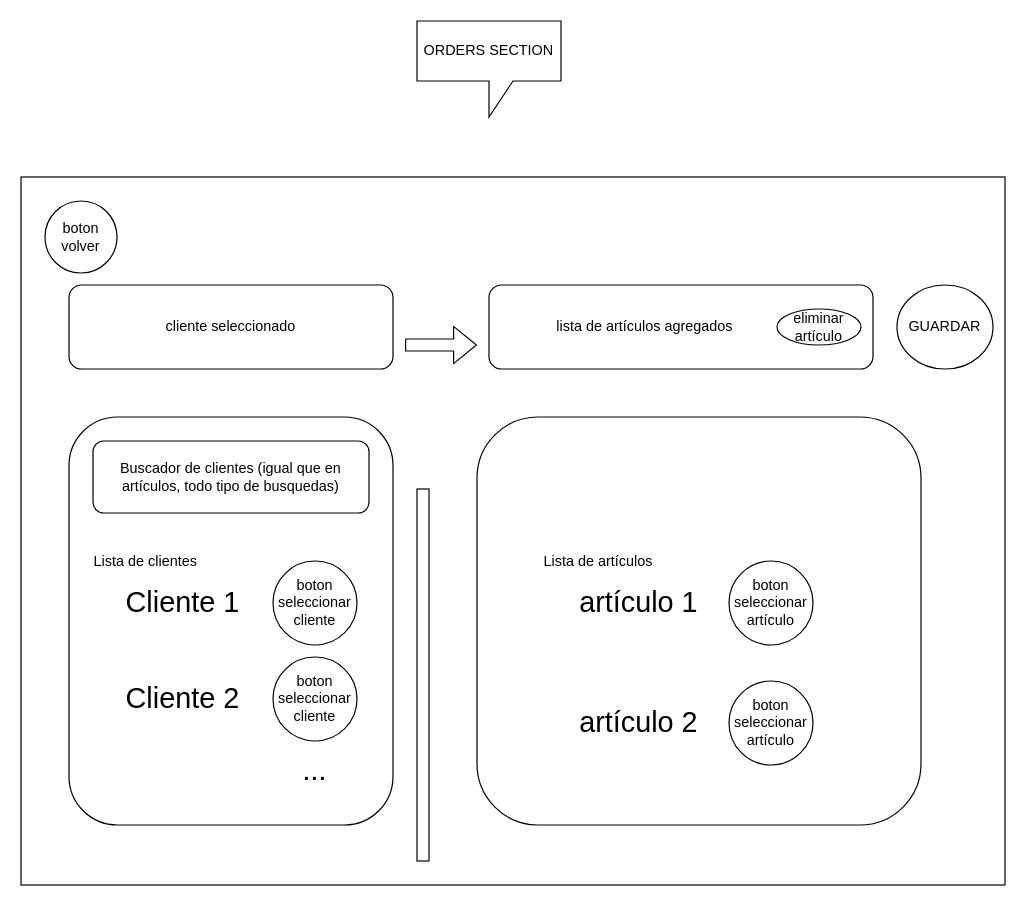
Above: DOCUMENTATION/Diagrams/diagram_customers.drawio in DarthKenar/ElCanarioRegionales (draw.io), before the change. Source tidied: cells renumbered, new cells numbered last; positions are measured from the earlier drawing's top-left corner, leaving out a move shared by most shapes. Both pictures are drawn from the tidied source at 120%, with x=0, y=0 at pixel (20, 20).
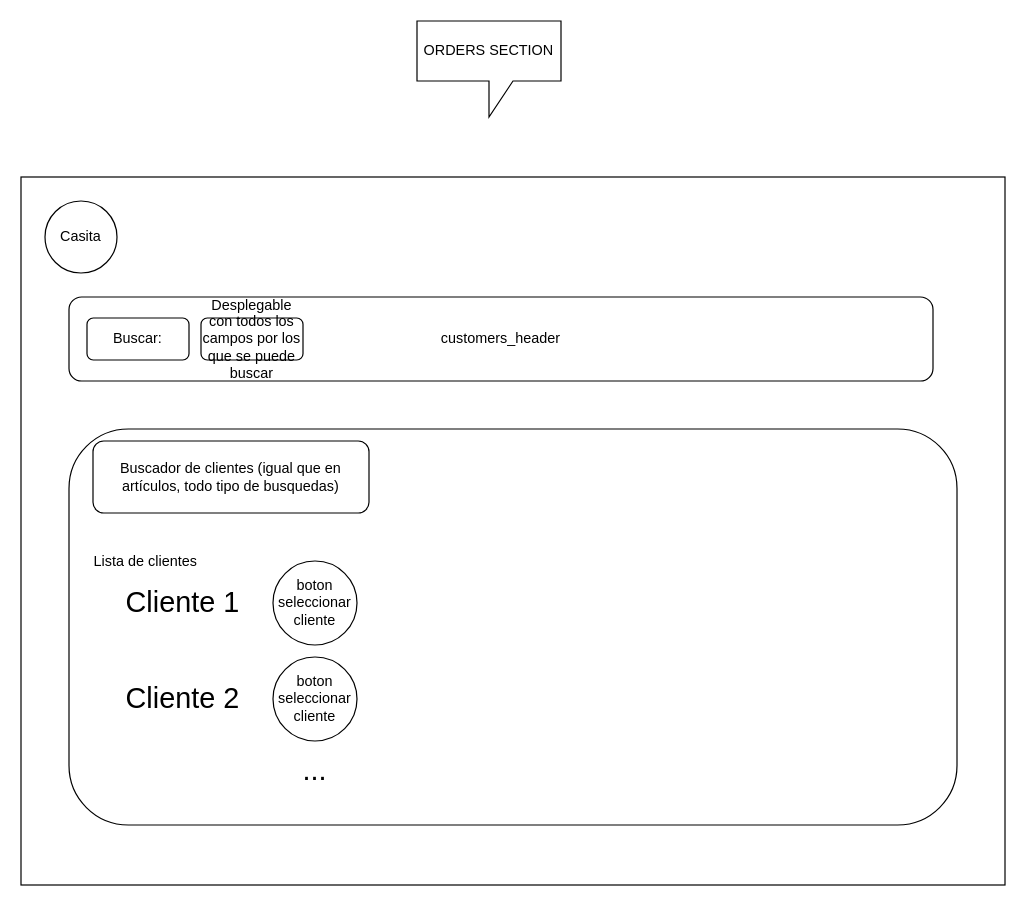
The same diagram, later.

Commit message (it also covers changes not shown here):
📖 DOC: Added and moded diagrams

The edit, as a diff of the source:
```diff
@@
-    <mxCell id="3" value="cliente seleccionado" style="rounded=1;whiteSpace=wrap;html=1;" parent="1" vertex="1">
-      <mxGeometry x="40" y="220" width="270" height="70" as="geometry" />
+    <mxCell id="3" value="customers_header" style="rounded=1;whiteSpace=wrap;html=1;" parent="1" vertex="1">
+      <mxGeometry x="40" y="230" width="720" height="70" as="geometry" />
     </mxCell>
-    <mxCell id="4" style="rounded=0;whiteSpace=wrap;html=1;" parent="1" vertex="1">
-      <mxGeometry x="330" y="390" width="10" height="310" as="geometry" />
-    </mxCell>
-    <mxCell id="5" style="rounded=1;whiteSpace=wrap;html=1;" parent="1" vertex="1">
-      <mxGeometry x="380" y="330" width="370" height="340" as="geometry" />
-    </mxCell>
-    <mxCell id="6" style="rounded=1;whiteSpace=wrap;html=1;" parent="1" vertex="1">
-      <mxGeometry x="390" y="220" width="320" height="70" as="geometry" />
-    </mxCell>
     <mxCell id="7" style="rounded=1;whiteSpace=wrap;html=1;" parent="1" vertex="1">
-      <mxGeometry x="40" y="330" width="270" height="340" as="geometry" />
+      <mxGeometry x="40" y="340" width="740" height="330" as="geometry" />
     </mxCell>
@@
-    <mxCell id="10" style="shape=flexArrow;endArrow=classic;html=1;" parent="1" edge="1">
-      <mxGeometry relative="1" as="geometry">
-        <mxPoint x="320" y="270" as="sourcePoint" />
-        <mxPoint x="380" y="270" as="targetPoint" />
-      </mxGeometry>
-    </mxCell>
-    <mxCell id="11" value="boton volver" style="ellipse;whiteSpace=wrap;html=1;" parent="1" vertex="1">
+    <mxCell id="11" value="Casita" style="ellipse;whiteSpace=wrap;html=1;" parent="1" vertex="1">
       <mxGeometry x="20" y="150" width="60" height="60" as="geometry" />
     </mxCell>
@@
-    <mxCell id="18" value="eliminar artículo" style="ellipse;whiteSpace=wrap;html=1;fontSize=12;" parent="1" vertex="1">
-      <mxGeometry x="630" y="240" width="70" height="30" as="geometry" />
-    </mxCell>
-    <mxCell id="19" value="&lt;font style=&quot;font-size: 12px;&quot;&gt;Lista de artículos&lt;/font&gt;" style="text;strokeColor=none;fillColor=none;align=left;verticalAlign=middle;spacingLeft=4;spacingRight=4;overflow=hidden;whiteSpace=wrap;html=1;fontSize=24;" parent="1" vertex="1">
-      <mxGeometry x="430" y="430" width="155" height="30" as="geometry" />
-    </mxCell>
-    <mxCell id="20" value="boton&lt;br&gt;seleccionar artículo" style="ellipse;whiteSpace=wrap;html=1;" parent="1" vertex="1">
-      <mxGeometry x="590" y="450" width="70" height="70" as="geometry" />
-    </mxCell>
-    <mxCell id="21" value="artículo 1" style="text;html=1;strokeColor=none;fillColor=none;align=center;verticalAlign=middle;whiteSpace=wrap;rounded=0;fontSize=24;" parent="1" vertex="1">
-      <mxGeometry x="460" y="470" width="110" height="30" as="geometry" />
-    </mxCell>
-    <mxCell id="22" value="boton&lt;br&gt;seleccionar artículo" style="ellipse;whiteSpace=wrap;html=1;" parent="1" vertex="1">
-      <mxGeometry x="590" y="550" width="70" height="70" as="geometry" />
-    </mxCell>
-    <mxCell id="23" value="artículo 2" style="text;html=1;strokeColor=none;fillColor=none;align=center;verticalAlign=middle;whiteSpace=wrap;rounded=0;fontSize=24;" parent="1" vertex="1">
-      <mxGeometry x="460" y="570" width="110" height="30" as="geometry" />
-    </mxCell>
-    <mxCell id="24" value="lista de artículos agregados" style="text;html=1;strokeColor=none;fillColor=none;align=center;verticalAlign=middle;whiteSpace=wrap;rounded=0;fontSize=12;" parent="1" vertex="1">
-      <mxGeometry x="430" y="240" width="180" height="30" as="geometry" />
-    </mxCell>
-    <mxCell id="25" value="GUARDAR" style="ellipse;whiteSpace=wrap;html=1;fontSize=12;" parent="1" vertex="1">
-      <mxGeometry x="730" y="220" width="80" height="70" as="geometry" />
+    <mxCell id="25" value="Buscar:" style="rounded=1;whiteSpace=wrap;html=1;" parent="1" vertex="1">
+      <mxGeometry x="55" y="247.5" width="85" height="35" as="geometry" />
     </mxCell>
+    <mxCell id="26" value="Desplegable con todos los campos por los que se puede buscar" style="rounded=1;whiteSpace=wrap;html=1;" parent="1" vertex="1">
+      <mxGeometry x="150" y="247.5" width="85" height="35" as="geometry" />
+    </mxCell>
```
